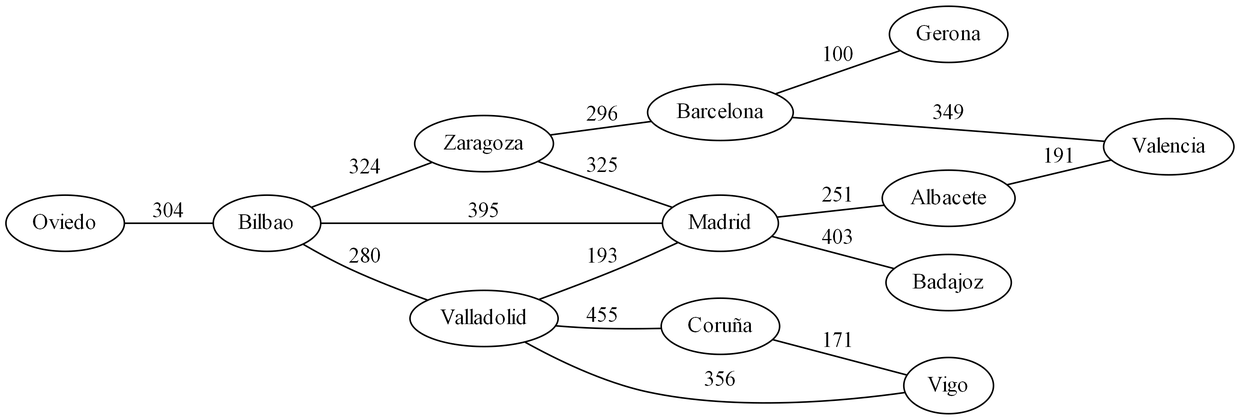
Pegre369/-EDD-Proyecto2_201701187_201706357 keeps this Graphviz diagram as [EDD]Proyecto2/Grafo.png. Above is the earlier version. Its source is kept beside it as [EDD]Proyecto2/Grafo.dot.
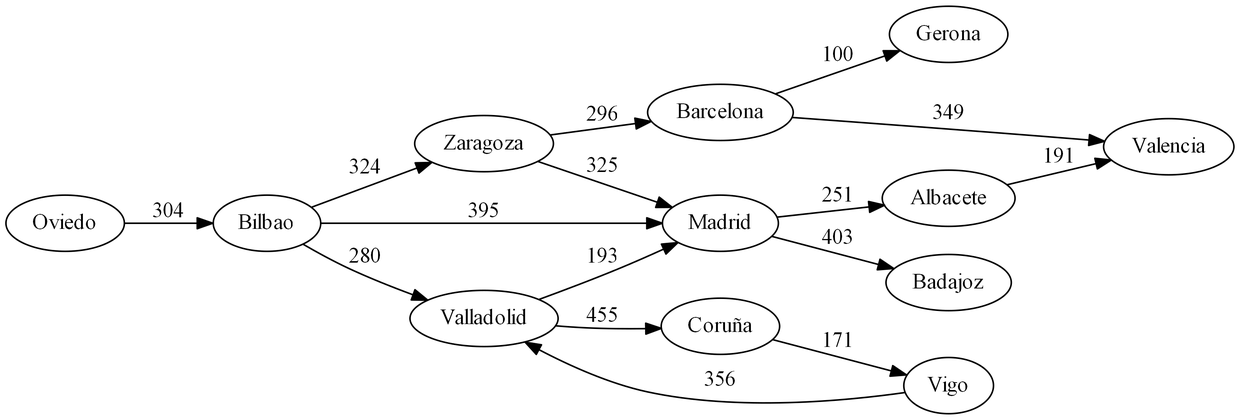
Above is the later version.

What changed in the source:
```diff
@@ -1,20 +1,20 @@
 digraph G {
 rankdir=LR
 graph [ dpi = 300 ];
-Oviedo->Bilbao[label =304,dir=none];
-Bilbao->Zaragoza[label =324,dir=none];
-Bilbao->Madrid[label =395,dir=none];
-Bilbao->Valladolid[label =280,dir=none];
-Zaragoza->Barcelona[label =296,dir=none];
-Zaragoza->Madrid[label =325,dir=none];
-Madrid->Albacete[label =251,dir=none];
-Madrid->Badajoz[label =403,dir=none];
-Valladolid->Madrid[label =193,dir=none];
-Valladolid->Coruña[label =455,dir=none];
-Barcelona->Gerona[label =100,dir=none];
-Barcelona->Valencia[label =349,dir=none];
-Albacete->Valencia[label =191,dir=none];
-Coruña->Vigo[label =171,dir=none];
-Vigo->Valladolid[label =356,dir=none];
+Oviedo->Bilbao[label =304];
+Bilbao->Zaragoza[label =324];
+Bilbao->Madrid[label =395];
+Bilbao->Valladolid[label =280];
+Zaragoza->Barcelona[label =296];
+Zaragoza->Madrid[label =325];
+Madrid->Albacete[label =251];
+Madrid->Badajoz[label =403];
+Valladolid->Madrid[label =193];
+Valladolid->Coruña[label =455];
+Barcelona->Gerona[label =100];
+Barcelona->Valencia[label =349];
+Albacete->Valencia[label =191];
+Coruña->Vigo[label =171];
+Vigo->Valladolid[label =356];
 
 }
```
